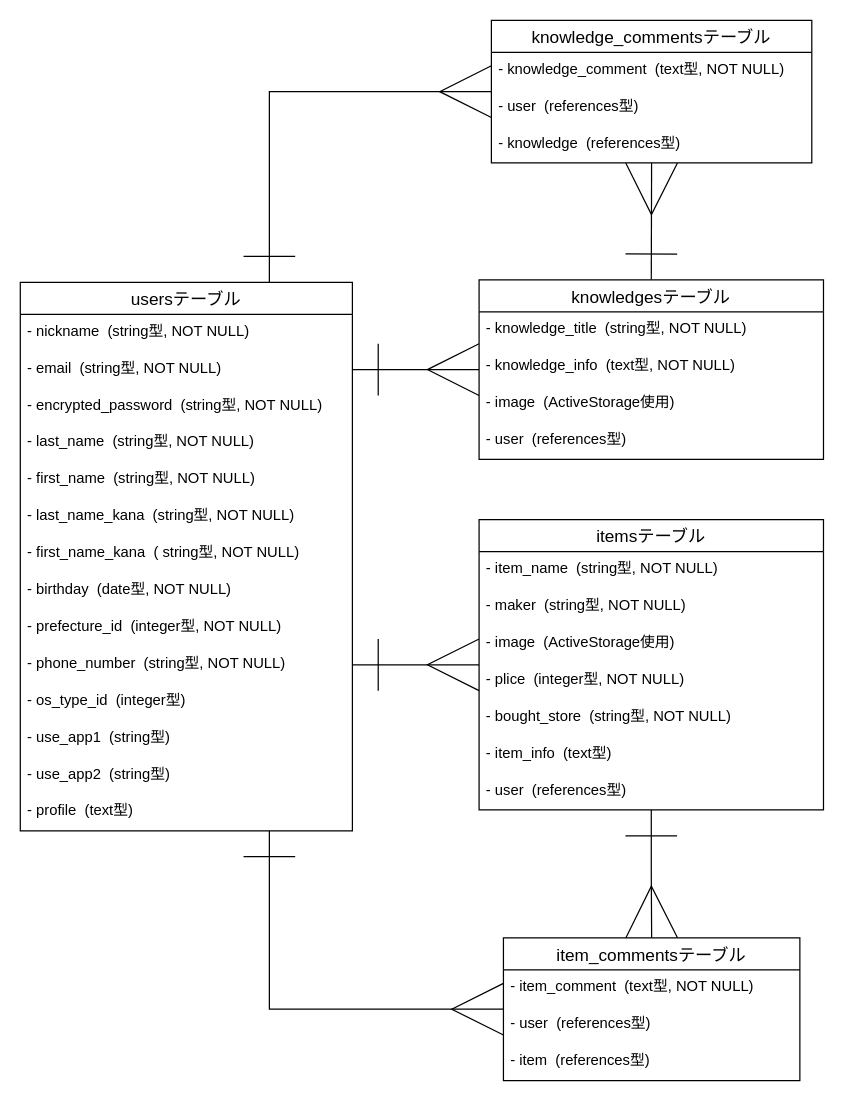
The draw.io diagram page "ER図" (1 of 2) of ER.dio in sushi1129/side-business-36374, before the edit. Source tidied: cells renumbered, new cells numbered last; positions are measured from the earlier drawing's top-left corner, leaving out a move shared by most shapes. Both pictures are drawn from the tidied source at 123%, with x=0, y=0 at pixel (20, 20).
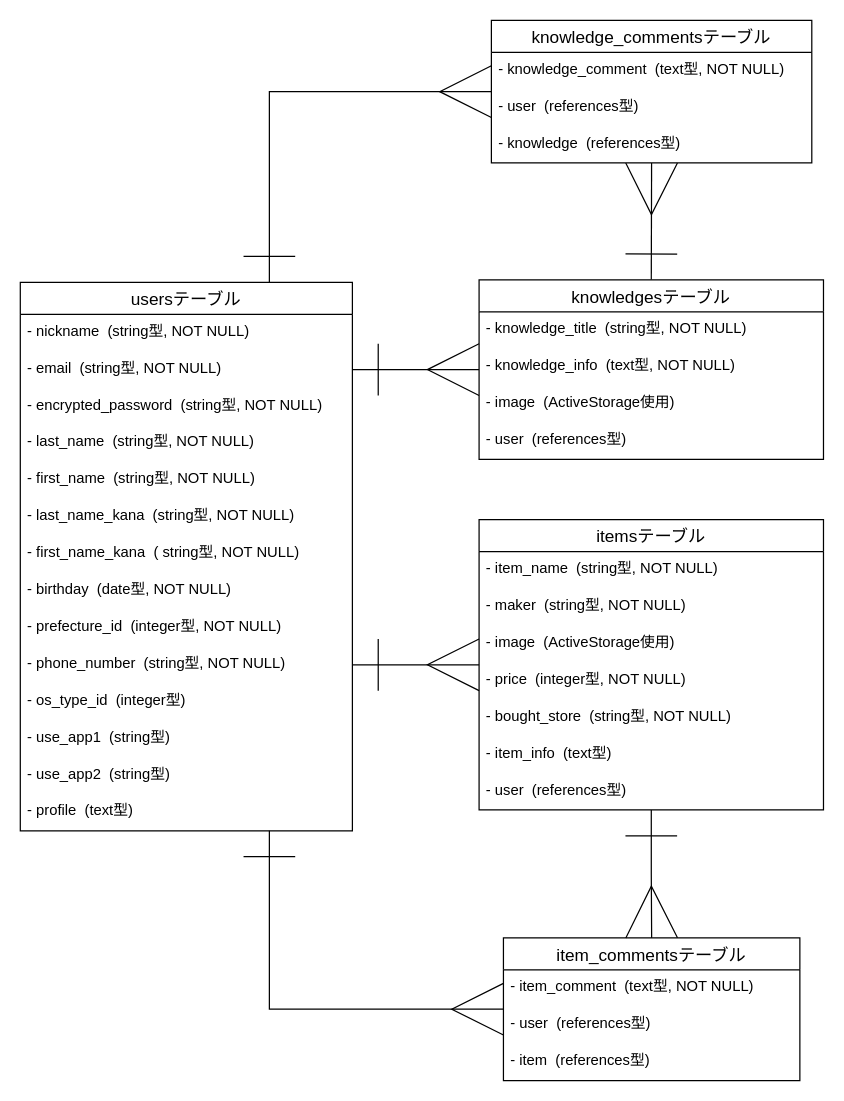
Above is the later version.

The change refers to these unchanged cells:
```xml
<mxCell id="25" value="itemsテーブル" style="swimlane;fontStyle=0;horizontal=1;startSize=26;align=center;fontSize=14;" parent="1" vertex="1">
  <mxGeometry x="373" y="406" width="280" height="236" as="geometry" />
</mxCell>
```

Change to the diagram source:
```diff
@@
-    <mxCell id="29" value="- plice  (integer型, NOT NULL)" style="text;strokeColor=none;fillColor=none;spacingLeft=4;spacingRight=4;overflow=hidden;fontSize=12;" parent="25" vertex="1">
+    <mxCell id="29" value="- price  (integer型, NOT NULL)" style="text;strokeColor=none;fillColor=none;spacingLeft=4;spacingRight=4;overflow=hidden;fontSize=12;" parent="25" vertex="1">
       <mxGeometry y="116" width="280" height="30" as="geometry" />
     </mxCell>
```
